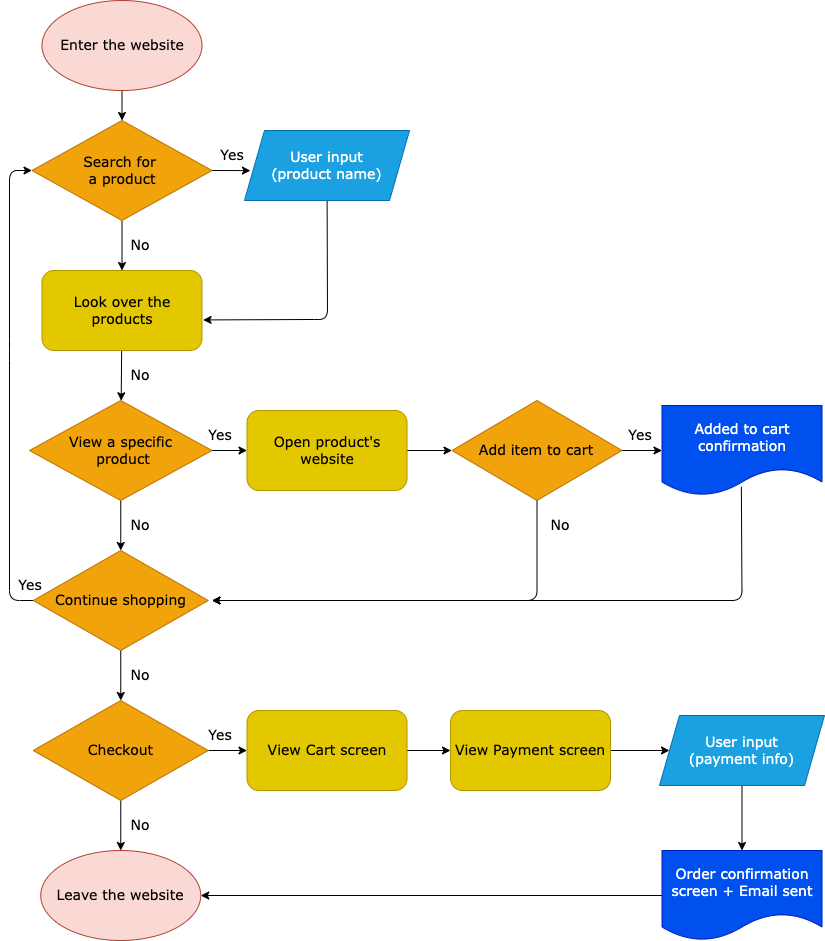
Above: explore/diagramming/diagram.drawio.png in tamarasagakova/fa22-cse110-lab4 (draw.io), before the change. Source tidied: cells renumbered, new cells last; positions are measured from the earlier drawing's top-left corner, leaving out a move shared by most shapes. The source it was exported from:
```xml
<mxGraphModel>
  <root>
    <mxCell id="0" />
    <mxCell id="1" parent="0" />
    <mxCell id="2" style="edgeStyle=none;html=1;entryX=0.5;entryY=0;entryDx=0;entryDy=0;fontSize=14;fontColor=#000000;fontFamily=Verdana;" parent="1" edge="1" source="3" target="6">
      <mxGeometry relative="1" as="geometry" />
    </mxCell>
    <mxCell id="3" value="&lt;font color=&quot;#000000&quot; style=&quot;font-size: 14px&quot;&gt;Enter the website&lt;/font&gt;" style="ellipse;whiteSpace=wrap;html=1;fillColor=#fad9d5;strokeColor=#ae4132;fontFamily=Verdana;fontSize=14;" parent="1" vertex="1">
      <mxGeometry x="41.5" width="160" height="90" as="geometry" />
    </mxCell>
    <mxCell id="4" style="edgeStyle=none;html=1;fontSize=14;fontColor=#000000;fontFamily=Verdana;" parent="1" edge="1" source="6" target="10">
      <mxGeometry relative="1" as="geometry" />
    </mxCell>
    <mxCell id="5" style="edgeStyle=none;html=1;exitX=1;exitY=0.5;exitDx=0;exitDy=0;entryX=0.036;entryY=0.573;entryDx=0;entryDy=0;entryPerimeter=0;fontFamily=Verdana;fontSize=14;fontColor=#000000;" parent="1" edge="1" source="6" target="8">
      <mxGeometry relative="1" as="geometry" />
    </mxCell>
    <mxCell id="6" value="Search for &lt;br&gt;a product" style="rhombus;whiteSpace=wrap;html=1;fontSize=14;fontColor=#000000;fillColor=#f0a30a;strokeColor=#BD7000;fontFamily=Verdana;" parent="1" vertex="1">
      <mxGeometry x="31.5" y="120" width="180" height="100" as="geometry" />
    </mxCell>
    <mxCell id="7" style="edgeStyle=none;html=1;entryX=1.007;entryY=0.618;entryDx=0;entryDy=0;entryPerimeter=0;fontSize=14;fontColor=#000000;fontFamily=Verdana;" parent="1" edge="1" source="8" target="10">
      <mxGeometry relative="1" as="geometry">
        <Array as="points">
          <mxPoint x="327" y="319" />
          <mxPoint x="309.5" y="319" />
        </Array>
      </mxGeometry>
    </mxCell>
    <mxCell id="8" value="User input&lt;br style=&quot;font-size: 14px;&quot;&gt;(product name)" style="shape=parallelogram;perimeter=parallelogramPerimeter;whiteSpace=wrap;html=1;fixedSize=1;fontSize=14;fillColor=#1ba1e2;strokeColor=#006EAF;fontColor=#ffffff;fontFamily=Verdana;" parent="1" vertex="1">
      <mxGeometry x="244" y="130" width="165" height="70" as="geometry" />
    </mxCell>
    <mxCell id="9" style="edgeStyle=none;html=1;fontSize=14;fontColor=#000000;fontFamily=Verdana;" parent="1" edge="1" source="10" target="13">
      <mxGeometry relative="1" as="geometry" />
    </mxCell>
    <mxCell id="10" value="Look over the products" style="rounded=1;whiteSpace=wrap;html=1;fontSize=14;fontColor=#000000;fillColor=#e3c800;strokeColor=#B09500;fontFamily=Verdana;" parent="1" vertex="1">
      <mxGeometry x="41.5" y="270" width="160" height="80" as="geometry" />
    </mxCell>
    <mxCell id="11" style="edgeStyle=none;html=1;fontSize=14;fontColor=#000000;fontFamily=Verdana;" parent="1" edge="1" source="13" target="18">
      <mxGeometry relative="1" as="geometry" />
    </mxCell>
    <mxCell id="12" style="edgeStyle=none;html=1;fontSize=14;fontColor=#000000;fontFamily=Verdana;" parent="1" edge="1" source="13" target="15">
      <mxGeometry relative="1" as="geometry" />
    </mxCell>
    <mxCell id="13" value="View a specific&lt;br&gt;&amp;nbsp;product" style="rhombus;whiteSpace=wrap;html=1;fontSize=14;fillColor=#f0a30a;strokeColor=#BD7000;fontColor=#000000;fontFamily=Verdana;" parent="1" vertex="1">
      <mxGeometry x="29" y="400" width="182.5" height="100" as="geometry" />
    </mxCell>
    <mxCell id="14" style="edgeStyle=none;html=1;fontSize=14;fontColor=#000000;fontFamily=Verdana;" parent="1" edge="1" source="15" target="21">
      <mxGeometry relative="1" as="geometry" />
    </mxCell>
    <mxCell id="15" value="Open product's website" style="rounded=1;whiteSpace=wrap;html=1;fontSize=14;fontColor=#000000;fillColor=#e3c800;strokeColor=#B09500;fontFamily=Verdana;" parent="1" vertex="1">
      <mxGeometry x="246.5" y="410" width="160" height="80" as="geometry" />
    </mxCell>
    <mxCell id="16" style="edgeStyle=none;html=1;exitX=0;exitY=0.5;exitDx=0;exitDy=0;entryX=0;entryY=0.5;entryDx=0;entryDy=0;fontFamily=Verdana;fontSize=14;fontColor=#FFFFFF;" parent="1" edge="1" source="18" target="6">
      <mxGeometry relative="1" as="geometry">
        <Array as="points">
          <mxPoint x="9" y="600" />
          <mxPoint x="9" y="350" />
          <mxPoint x="9" y="170" />
        </Array>
      </mxGeometry>
    </mxCell>
    <mxCell id="17" style="edgeStyle=none;html=1;exitX=0.5;exitY=1;exitDx=0;exitDy=0;entryX=0.5;entryY=0;entryDx=0;entryDy=0;fontFamily=Verdana;fontSize=14;fontColor=#FFFFFF;" parent="1" edge="1" source="18" target="26">
      <mxGeometry relative="1" as="geometry" />
    </mxCell>
    <mxCell id="18" value="Continue shopping" style="rhombus;whiteSpace=wrap;html=1;fontSize=14;fontColor=#000000;fillColor=#f0a30a;strokeColor=#BD7000;fontFamily=Verdana;" parent="1" vertex="1">
      <mxGeometry x="32.8" y="550" width="175" height="100" as="geometry" />
    </mxCell>
    <mxCell id="19" style="edgeStyle=none;html=1;fontSize=14;fontColor=#000000;fontFamily=Verdana;" parent="1" edge="1" source="21">
      <mxGeometry relative="1" as="geometry">
        <mxPoint x="661.5" y="450" as="targetPoint" />
      </mxGeometry>
    </mxCell>
    <mxCell id="20" style="edgeStyle=none;html=1;exitX=0.5;exitY=1;exitDx=0;exitDy=0;fontSize=14;fontColor=#000000;fontFamily=Verdana;" parent="1" edge="1" source="21">
      <mxGeometry relative="1" as="geometry">
        <mxPoint x="211.5" y="600" as="targetPoint" />
        <Array as="points">
          <mxPoint x="536.5" y="600" />
        </Array>
      </mxGeometry>
    </mxCell>
    <mxCell id="21" value="Add item to cart" style="rhombus;whiteSpace=wrap;html=1;fontSize=14;fontColor=#000000;fillColor=#f0a30a;strokeColor=#BD7000;fontFamily=Verdana;" parent="1" vertex="1">
      <mxGeometry x="451.5" y="400" width="170" height="100" as="geometry" />
    </mxCell>
    <mxCell id="22" style="edgeStyle=none;html=1;fontSize=14;fontColor=#000000;exitX=0.496;exitY=0.903;exitDx=0;exitDy=0;exitPerimeter=0;fontFamily=Verdana;" parent="1" edge="1" source="23">
      <mxGeometry relative="1" as="geometry">
        <mxPoint x="211.5" y="600" as="targetPoint" />
        <Array as="points">
          <mxPoint x="741.5" y="600" />
        </Array>
      </mxGeometry>
    </mxCell>
    <mxCell id="23" value="&lt;span style=&quot;font-size: 14px; font-style: normal; font-weight: 400; letter-spacing: normal; text-align: center; text-indent: 0px; text-transform: none; word-spacing: 0px; display: inline; float: none;&quot;&gt;Added to cart&lt;/span&gt;&lt;br style=&quot;font-size: 14px; font-style: normal; font-weight: 400; letter-spacing: normal; text-align: center; text-indent: 0px; text-transform: none; word-spacing: 0px;&quot;&gt;&lt;span style=&quot;font-size: 14px; font-style: normal; font-weight: 400; letter-spacing: normal; text-align: center; text-indent: 0px; text-transform: none; word-spacing: 0px; display: inline; float: none;&quot;&gt;confirmation&lt;/span&gt;" style="shape=document;whiteSpace=wrap;html=1;boundedLbl=1;fontSize=14;fontColor=#ffffff;fillColor=#0050ef;strokeColor=#001DBC;fontFamily=Verdana;" parent="1" vertex="1">
      <mxGeometry x="661.5" y="405" width="160" height="90" as="geometry" />
    </mxCell>
    <mxCell id="24" style="edgeStyle=none;html=1;fontFamily=Verdana;fontSize=14;fontColor=#000000;" parent="1" edge="1" source="26" target="36">
      <mxGeometry relative="1" as="geometry" />
    </mxCell>
    <mxCell id="25" style="edgeStyle=none;html=1;fontFamily=Verdana;fontSize=14;fontColor=#000000;" parent="1" edge="1" source="26" target="39">
      <mxGeometry relative="1" as="geometry" />
    </mxCell>
    <mxCell id="26" value="Checkout" style="rhombus;whiteSpace=wrap;html=1;fontSize=14;fontColor=#000000;fillColor=#f0a30a;strokeColor=#BD7000;fontFamily=Verdana;" parent="1" vertex="1">
      <mxGeometry x="32.8" y="700" width="175" height="100" as="geometry" />
    </mxCell>
    <mxCell id="27" value="Yes" style="text;html=1;strokeColor=none;fillColor=none;align=center;verticalAlign=middle;whiteSpace=wrap;rounded=0;labelBackgroundColor=none;fontFamily=Verdana;fontSize=14;fontColor=#000000;" parent="1" vertex="1">
      <mxGeometry x="201.5" y="140" width="60" height="30" as="geometry" />
    </mxCell>
    <mxCell id="28" value="Yes" style="text;html=1;strokeColor=none;fillColor=none;align=center;verticalAlign=middle;whiteSpace=wrap;rounded=0;labelBackgroundColor=none;fontFamily=Verdana;fontSize=14;fontColor=#000000;" parent="1" vertex="1">
      <mxGeometry x="190" y="420" width="60" height="30" as="geometry" />
    </mxCell>
    <mxCell id="29" value="Yes" style="text;html=1;strokeColor=none;fillColor=none;align=center;verticalAlign=middle;whiteSpace=wrap;rounded=0;labelBackgroundColor=none;fontFamily=Verdana;fontSize=14;fontColor=#000000;" parent="1" vertex="1">
      <mxGeometry x="610" y="420" width="60" height="30" as="geometry" />
    </mxCell>
    <mxCell id="30" value="Yes" style="text;html=1;strokeColor=none;fillColor=none;align=center;verticalAlign=middle;whiteSpace=wrap;rounded=0;labelBackgroundColor=none;fontFamily=Verdana;fontSize=14;fontColor=#000000;" parent="1" vertex="1">
      <mxGeometry y="570" width="60" height="30" as="geometry" />
    </mxCell>
    <mxCell id="31" value="No" style="text;html=1;strokeColor=none;fillColor=none;align=center;verticalAlign=middle;whiteSpace=wrap;rounded=0;labelBackgroundColor=none;fontFamily=Verdana;fontSize=14;fontColor=#000000;" parent="1" vertex="1">
      <mxGeometry x="110" y="230" width="60" height="30" as="geometry" />
    </mxCell>
    <mxCell id="32" value="No" style="text;html=1;strokeColor=none;fillColor=none;align=center;verticalAlign=middle;whiteSpace=wrap;rounded=0;labelBackgroundColor=none;fontFamily=Verdana;fontSize=14;fontColor=#000000;" parent="1" vertex="1">
      <mxGeometry x="110" y="360" width="60" height="30" as="geometry" />
    </mxCell>
    <mxCell id="33" value="No" style="text;html=1;strokeColor=none;fillColor=none;align=center;verticalAlign=middle;whiteSpace=wrap;rounded=0;labelBackgroundColor=none;fontFamily=Verdana;fontSize=14;fontColor=#000000;" parent="1" vertex="1">
      <mxGeometry x="110" y="510" width="60" height="30" as="geometry" />
    </mxCell>
    <mxCell id="34" value="No" style="text;html=1;strokeColor=none;fillColor=none;align=center;verticalAlign=middle;whiteSpace=wrap;rounded=0;labelBackgroundColor=none;fontFamily=Verdana;fontSize=14;fontColor=#000000;" parent="1" vertex="1">
      <mxGeometry x="110" y="660" width="60" height="30" as="geometry" />
    </mxCell>
    <mxCell id="35" value="No" style="text;html=1;strokeColor=none;fillColor=none;align=center;verticalAlign=middle;whiteSpace=wrap;rounded=0;labelBackgroundColor=none;fontFamily=Verdana;fontSize=14;fontColor=#000000;" parent="1" vertex="1">
      <mxGeometry x="530" y="510" width="60" height="30" as="geometry" />
    </mxCell>
    <mxCell id="36" value="&lt;font color=&quot;#000000&quot; style=&quot;font-size: 14px&quot;&gt;Leave the website&lt;/font&gt;" style="ellipse;whiteSpace=wrap;html=1;fillColor=#fad9d5;strokeColor=#ae4132;fontFamily=Verdana;fontSize=14;" parent="1" vertex="1">
      <mxGeometry x="40.2" y="850" width="160" height="90" as="geometry" />
    </mxCell>
    <mxCell id="37" value="No" style="text;html=1;strokeColor=none;fillColor=none;align=center;verticalAlign=middle;whiteSpace=wrap;rounded=0;labelBackgroundColor=none;fontFamily=Verdana;fontSize=14;fontColor=#000000;" parent="1" vertex="1">
      <mxGeometry x="110" y="810" width="60" height="30" as="geometry" />
    </mxCell>
    <mxCell id="38" style="edgeStyle=none;html=1;fontFamily=Verdana;fontSize=14;fontColor=#000000;" parent="1" edge="1" source="39" target="41">
      <mxGeometry relative="1" as="geometry" />
    </mxCell>
    <mxCell id="39" value="View Cart screen" style="rounded=1;whiteSpace=wrap;html=1;fontSize=14;fontColor=#000000;fillColor=#e3c800;strokeColor=#B09500;fontFamily=Verdana;" parent="1" vertex="1">
      <mxGeometry x="246.5" y="710" width="160" height="80" as="geometry" />
    </mxCell>
    <mxCell id="40" style="edgeStyle=none;html=1;fontFamily=Verdana;fontSize=14;fontColor=#000000;" parent="1" edge="1" source="41" target="43">
      <mxGeometry relative="1" as="geometry" />
    </mxCell>
    <mxCell id="41" value="View Payment screen" style="rounded=1;whiteSpace=wrap;html=1;fontSize=14;fontColor=#000000;fillColor=#e3c800;strokeColor=#B09500;fontFamily=Verdana;" parent="1" vertex="1">
      <mxGeometry x="450" y="710" width="160" height="80" as="geometry" />
    </mxCell>
    <mxCell id="42" style="edgeStyle=none;html=1;fontFamily=Verdana;fontSize=14;fontColor=#000000;" parent="1" edge="1" source="43" target="45">
      <mxGeometry relative="1" as="geometry" />
    </mxCell>
    <mxCell id="43" value="User input&lt;br style=&quot;font-size: 14px&quot;&gt;(payment info)" style="shape=parallelogram;perimeter=parallelogramPerimeter;whiteSpace=wrap;html=1;fixedSize=1;fontSize=14;fillColor=#1ba1e2;strokeColor=#006EAF;fontColor=#ffffff;fontFamily=Verdana;" parent="1" vertex="1">
      <mxGeometry x="659" y="715" width="165" height="70" as="geometry" />
    </mxCell>
    <mxCell id="44" style="edgeStyle=none;html=1;exitX=0;exitY=0.5;exitDx=0;exitDy=0;entryX=1;entryY=0.5;entryDx=0;entryDy=0;fontFamily=Verdana;fontSize=14;fontColor=#000000;" parent="1" edge="1" source="45" target="36">
      <mxGeometry relative="1" as="geometry" />
    </mxCell>
    <mxCell id="45" value="&lt;span style=&quot;font-size: 14px ; font-style: normal ; font-weight: 400 ; letter-spacing: normal ; text-align: center ; text-indent: 0px ; text-transform: none ; word-spacing: 0px ; display: inline ; float: none&quot;&gt;Order confirmation&lt;br&gt;screen + Email sent&lt;br&gt;&lt;/span&gt;" style="shape=document;whiteSpace=wrap;html=1;boundedLbl=1;fontSize=14;fontColor=#ffffff;fillColor=#0050ef;strokeColor=#001DBC;fontFamily=Verdana;" parent="1" vertex="1">
      <mxGeometry x="661.5" y="850" width="160" height="90" as="geometry" />
    </mxCell>
    <mxCell id="46" value="Yes" style="text;html=1;strokeColor=none;fillColor=none;align=center;verticalAlign=middle;whiteSpace=wrap;rounded=0;labelBackgroundColor=none;fontFamily=Verdana;fontSize=14;fontColor=#000000;" parent="1" vertex="1">
      <mxGeometry x="190" y="720" width="60" height="30" as="geometry" />
    </mxCell>
  </root>
</mxGraphModel>
```
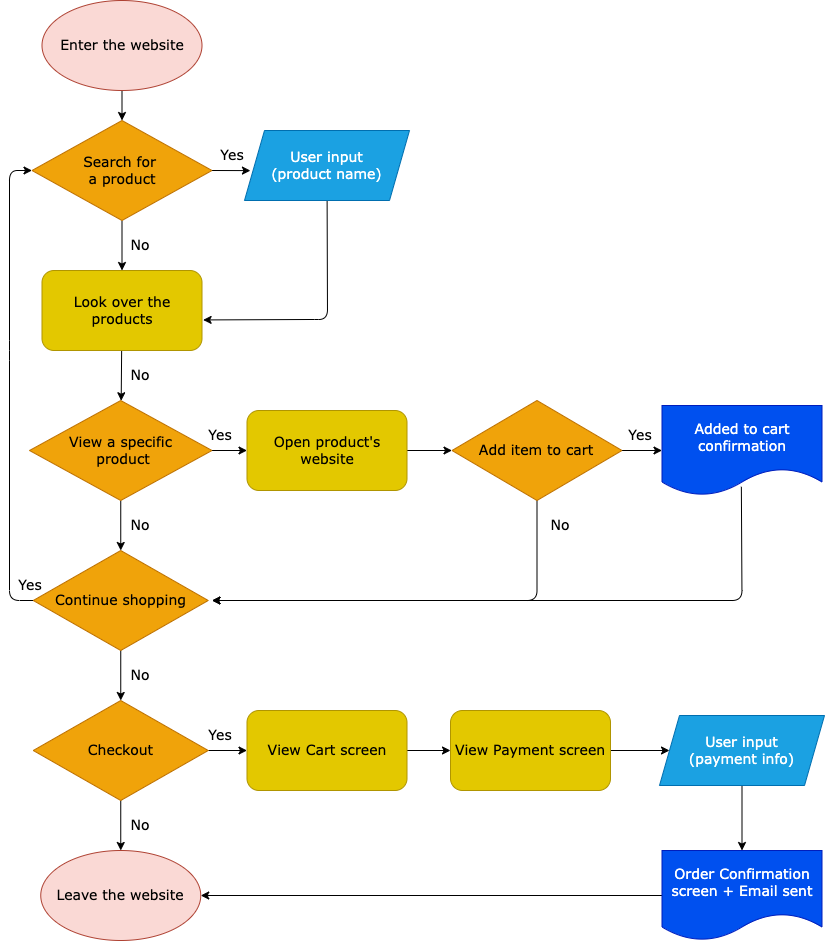
The same file after the commit.

The edit, as a diff of the source:
```diff
@@ -154,7 +154,7 @@
     <mxCell id="44" style="edgeStyle=none;html=1;exitX=0;exitY=0.5;exitDx=0;exitDy=0;entryX=1;entryY=0.5;entryDx=0;entryDy=0;fontFamily=Verdana;fontSize=14;fontColor=#000000;" parent="1" edge="1" source="45" target="36">
       <mxGeometry relative="1" as="geometry" />
     </mxCell>
-    <mxCell id="45" value="&lt;span style=&quot;font-size: 14px ; font-style: normal ; font-weight: 400 ; letter-spacing: normal ; text-align: center ; text-indent: 0px ; text-transform: none ; word-spacing: 0px ; display: inline ; float: none&quot;&gt;Order confirmation&lt;br&gt;screen + Email sent&lt;br&gt;&lt;/span&gt;" style="shape=document;whiteSpace=wrap;html=1;boundedLbl=1;fontSize=14;fontColor=#ffffff;fillColor=#0050ef;strokeColor=#001DBC;fontFamily=Verdana;" parent="1" vertex="1">
+    <mxCell id="45" value="&lt;span style=&quot;font-size: 14px ; font-style: normal ; font-weight: 400 ; letter-spacing: normal ; text-align: center ; text-indent: 0px ; text-transform: none ; word-spacing: 0px ; display: inline ; float: none&quot;&gt;Order Confirmation&lt;br&gt;screen + Email sent&lt;br&gt;&lt;/span&gt;" style="shape=document;whiteSpace=wrap;html=1;boundedLbl=1;fontSize=14;fontColor=#ffffff;fillColor=#0050ef;strokeColor=#001DBC;fontFamily=Verdana;" parent="1" vertex="1">
       <mxGeometry x="661.5" y="850" width="160" height="90" as="geometry" />
     </mxCell>
     <mxCell id="46" value="Yes" style="text;html=1;strokeColor=none;fillColor=none;align=center;verticalAlign=middle;whiteSpace=wrap;rounded=0;labelBackgroundColor=none;fontFamily=Verdana;fontSize=14;fontColor=#000000;" parent="1" vertex="1">
```
